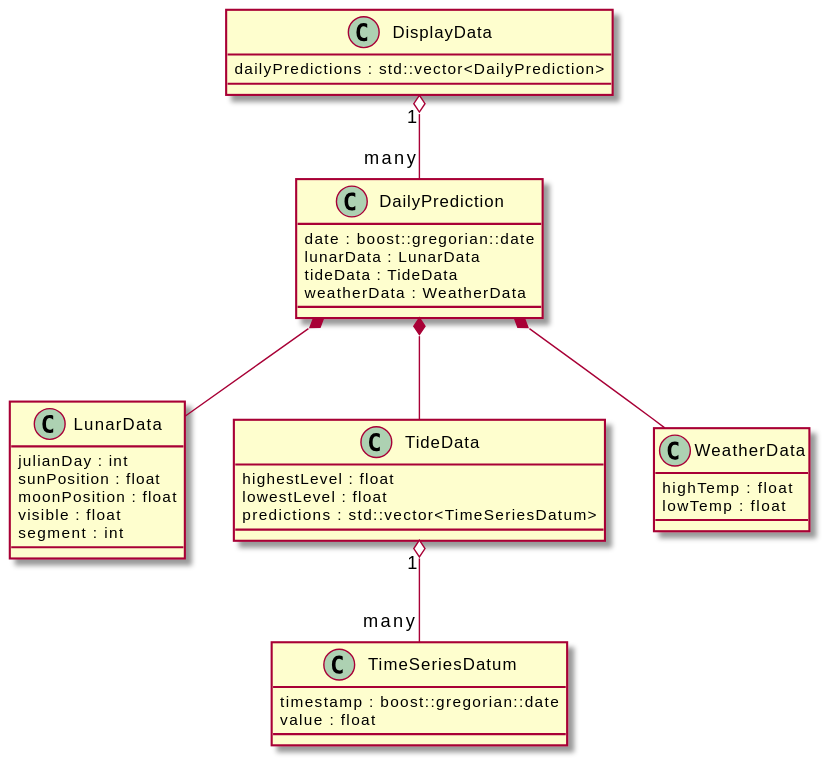
Above: docs/DisplayDataClasses.svg in ciroque/tidal (PlantUML), before the change.
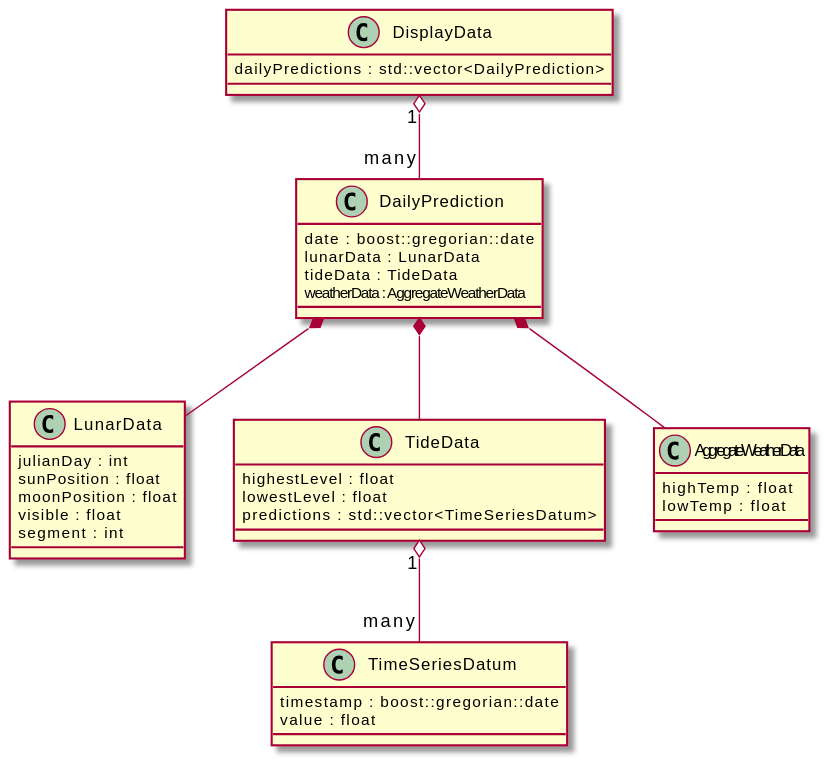
The same diagram one commit later.

The edit, as a diff of the source:
```diff
@@ -13,7 +13,7 @@
     date : boost::gregorian::date
     lunarData : LunarData
     tideData : TideData
-    weatherData : WeatherData
+    weatherData : AggregateWeatherData
 }
 
 class LunarData {
@@ -30,7 +30,7 @@
     predictions : std::vector<TimeSeriesDatum>
 }
 
-class WeatherData {
+class AggregateWeatherData {
     highTemp : float
     lowTemp : float
 }
@@ -38,7 +38,7 @@
 DisplayData "1" o-- "many" DailyPrediction
 DailyPrediction *-- LunarData
 DailyPrediction *-- TideData
-DailyPrediction *-- WeatherData
+DailyPrediction *-- AggregateWeatherData
 TideData "1" o-- "many" TimeSeriesDatum
 
 
```
